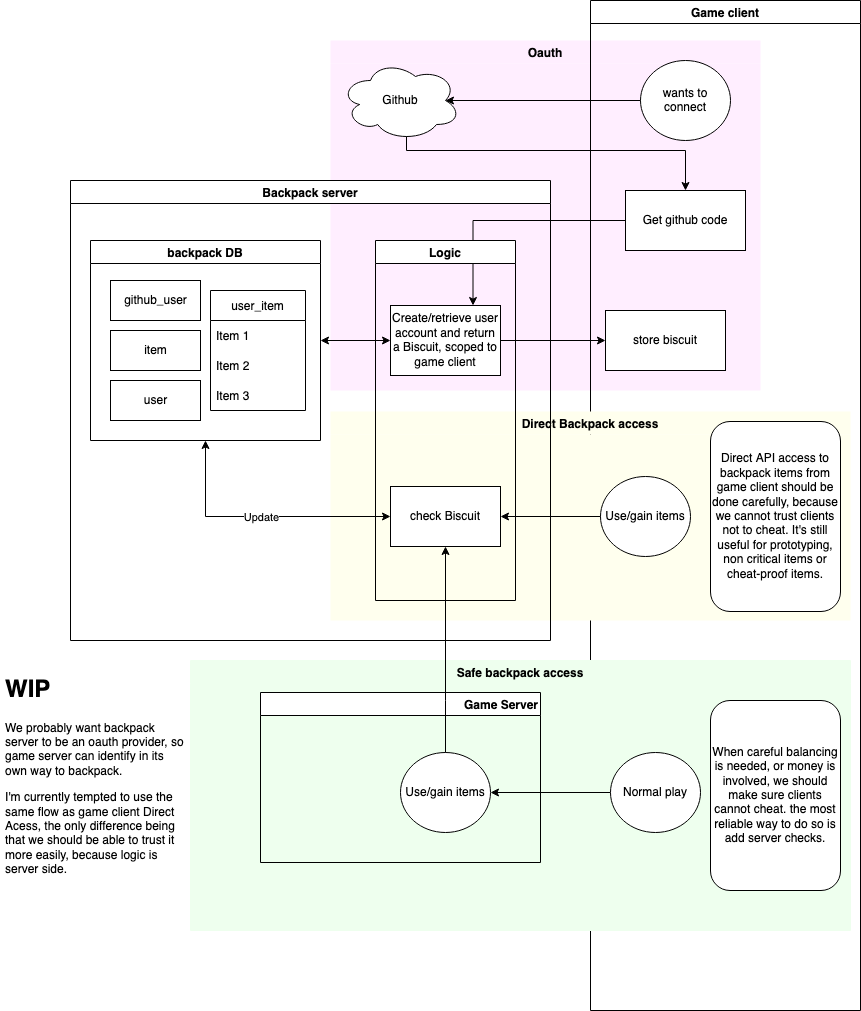
The draw.io diagram Docs/Backpack.drawio.png in Vrixyz/backpack, before a commit. Source tidied: cells renumbered, new cells last; positions are measured from the earlier drawing's top-left corner, leaving out a move shared by most shapes.
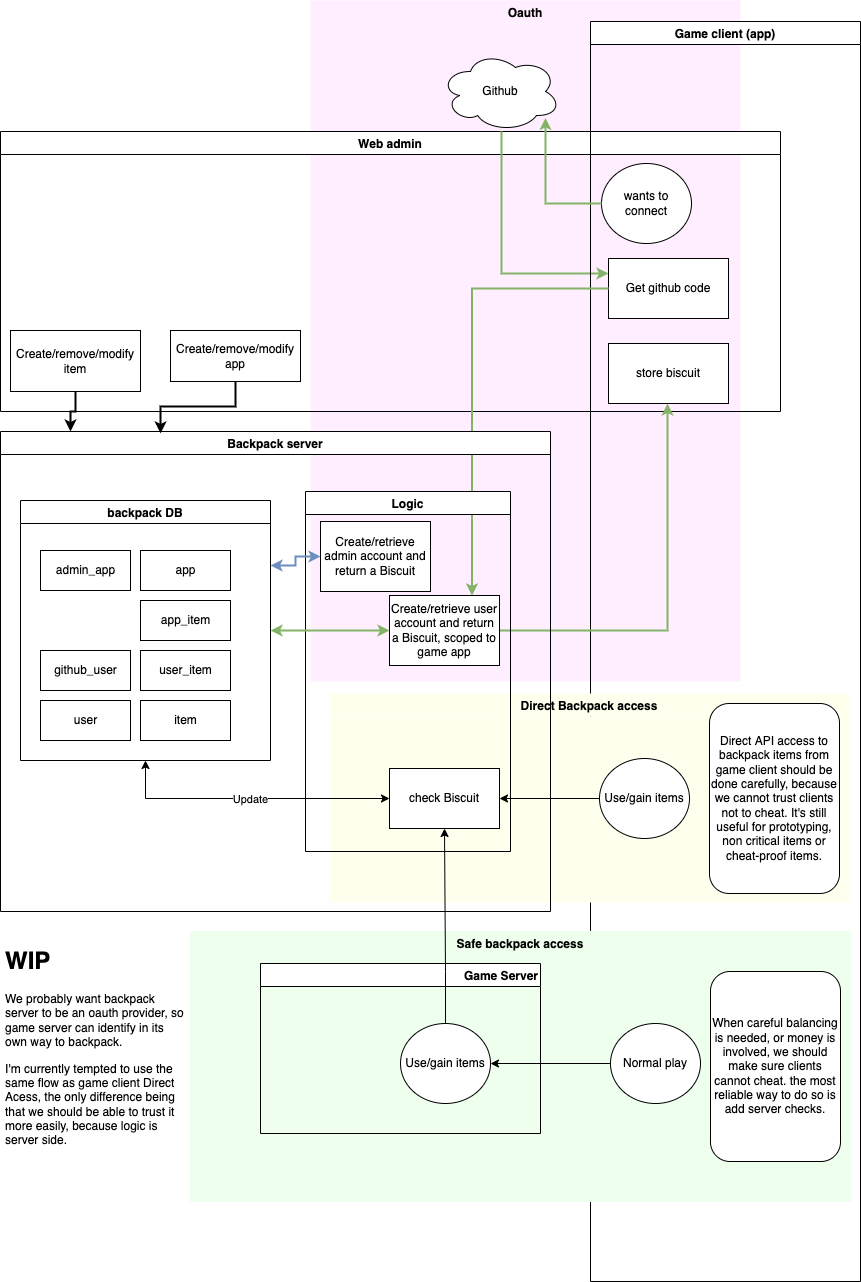
Later version of the same file.

Diff of the diagram source:
```diff
@@ -3,38 +3,54 @@
     <mxCell id="0" />
     <mxCell id="1" parent="0" />
     <mxCell id="2" value="Oauth" style="swimlane;labelBackgroundColor=none;fillColor=#FFEEFF;strokeColor=none;gradientColor=none;swimlaneFillColor=#FFEEFF;startSize=23;" parent="1" vertex="1">
-      <mxGeometry x="330" y="40" width="430" height="350" as="geometry" />
+      <mxGeometry x="310" y="-271" width="430" height="681" as="geometry" />
     </mxCell>
     <mxCell id="3" value="&lt;div&gt;Github&lt;/div&gt;" style="ellipse;shape=cloud;whiteSpace=wrap;html=1;" parent="2" vertex="1">
-      <mxGeometry x="10" y="20" width="120" height="80" as="geometry" />
+      <mxGeometry x="130" y="51" width="120" height="80" as="geometry" />
     </mxCell>
+    <mxCell id="39" value="Web admin" style="swimlane;" parent="1" vertex="1">
+      <mxGeometry y="-140" width="780" height="280" as="geometry" />
+    </mxCell>
+    <mxCell id="40" value="Create/remove/modify item" style="whiteSpace=wrap;html=1;rounded=0;" parent="39" vertex="1">
+      <mxGeometry x="10" y="199" width="130" height="61" as="geometry" />
+    </mxCell>
+    <mxCell id="41" value="Create/remove/modify app" style="whiteSpace=wrap;html=1;rounded=0;" parent="39" vertex="1">
+      <mxGeometry x="170" y="199" width="130" height="51" as="geometry" />
+    </mxCell>
-    <mxCell id="4" style="edgeStyle=orthogonalEdgeStyle;rounded=0;jettySize=auto;html=1;exitX=0.55;exitY=0.95;exitDx=0;exitDy=0;exitPerimeter=0;entryX=0.5;entryY=0;entryDx=0;entryDy=0;" parent="1" edge="1" source="3" target="8">
+    <mxCell id="4" style="edgeStyle=orthogonalEdgeStyle;rounded=0;jettySize=auto;html=1;entryX=0;entryY=0.25;entryDx=0;entryDy=0;fillColor=#d5e8d4;strokeColor=#82b366;strokeWidth=2;" parent="1" edge="1" source="3" target="8">
       <mxGeometry relative="1" as="geometry">
         <Array as="points">
-          <mxPoint x="406" y="150" />
-          <mxPoint x="685" y="150" />
+          <mxPoint x="501" y="2" />
         </Array>
       </mxGeometry>
     </mxCell>
-    <mxCell id="5" value="Game client" style="swimlane;startSize=23;" parent="1" vertex="1">
-      <mxGeometry x="590" width="270" height="1010" as="geometry" />
+    <mxCell id="5" value="Game client (app)" style="swimlane;startSize=23;" parent="1" vertex="1">
+      <mxGeometry x="590" y="-250" width="270" height="1260" as="geometry" />
     </mxCell>
     <mxCell id="6" value="store biscuit" style="rounded=0;whiteSpace=wrap;html=1;" parent="5" vertex="1">
-      <mxGeometry x="15" y="310" width="120" height="60" as="geometry" />
+      <mxGeometry x="18" y="322" width="120" height="60" as="geometry" />
     </mxCell>
     <mxCell id="7" value="wants to&lt;br&gt;connect" style="ellipse;whiteSpace=wrap;html=1;" parent="5" vertex="1">
-      <mxGeometry x="50" y="60" width="90" height="80" as="geometry" />
+      <mxGeometry x="11" y="142" width="90" height="80" as="geometry" />
     </mxCell>
     <mxCell id="8" value="Get github code" style="rounded=0;whiteSpace=wrap;html=1;" parent="5" vertex="1">
-      <mxGeometry x="35" y="190" width="120" height="60" as="geometry" />
+      <mxGeometry x="18" y="237" width="120" height="60" as="geometry" />
     </mxCell>
-    <mxCell id="9" style="edgeStyle=orthogonalEdgeStyle;rounded=0;jettySize=auto;html=1;entryX=0.875;entryY=0.5;entryDx=0;entryDy=0;entryPerimeter=0;" parent="1" edge="1" source="7" target="3">
-      <mxGeometry relative="1" as="geometry" />
+    <mxCell id="9" style="edgeStyle=orthogonalEdgeStyle;rounded=0;jettySize=auto;html=1;strokeWidth=2;fillColor=#d5e8d4;strokeColor=#82b366;exitX=0;exitY=0.5;exitDx=0;exitDy=0;" parent="1" edge="1" source="7" target="3">
+      <mxGeometry relative="1" as="geometry">
+        <Array as="points">
+          <mxPoint x="545" y="-68" />
+        </Array>
+      </mxGeometry>
     </mxCell>
-    <mxCell id="10" style="edgeStyle=orthogonalEdgeStyle;rounded=0;jettySize=auto;html=1;startArrow=none;startFill=0;" parent="1" edge="1" source="33" target="6">
-      <mxGeometry relative="1" as="geometry" />
+    <mxCell id="10" style="edgeStyle=orthogonalEdgeStyle;rounded=0;jettySize=auto;html=1;startArrow=none;startFill=0;fillColor=#d5e8d4;strokeColor=#82b366;strokeWidth=2;" parent="1" edge="1" source="33" target="6">
+      <mxGeometry relative="1" as="geometry">
+        <Array as="points">
+          <mxPoint x="667" y="359" />
+        </Array>
+      </mxGeometry>
     </mxCell>
-    <mxCell id="11" style="edgeStyle=orthogonalEdgeStyle;rounded=0;jettySize=auto;html=1;entryX=0.75;entryY=0;entryDx=0;entryDy=0;" parent="1" edge="1" source="8" target="33">
+    <mxCell id="11" style="edgeStyle=orthogonalEdgeStyle;rounded=0;jettySize=auto;html=1;entryX=0.75;entryY=0;entryDx=0;entryDy=0;fillColor=#d5e8d4;strokeColor=#82b366;strokeWidth=2;exitX=0;exitY=0.5;exitDx=0;exitDy=0;" parent="1" edge="1" source="8" target="33">
       <mxGeometry relative="1" as="geometry" />
     </mxCell>
     <mxCell id="12" value="Safe backpack access" style="swimlane;labelBackgroundColor=none;fillColor=#EEFFEE;strokeColor=#EEFFEE;swimlaneFillColor=#EEFFEE;startSize=23;fillStyle=solid;" parent="1" vertex="1">
@@ -56,7 +72,7 @@
       <mxGeometry x="140" y="60" width="90" height="80" as="geometry" />
     </mxCell>
     <mxCell id="18" value="Direct Backpack access" style="swimlane;labelBackgroundColor=none;fillColor=#FFFFEE;strokeColor=none;gradientColor=none;swimlaneFillColor=#FFFFEE;startSize=23;" parent="1" vertex="1">
-      <mxGeometry x="330" y="411" width="520" height="209" as="geometry" />
+      <mxGeometry x="329" y="422" width="520" height="209" as="geometry" />
     </mxCell>
     <mxCell id="19" value="Direct API access to backpack items from game client should be done carefully, because we cannot trust clients not to cheat. It's still useful for prototyping, non critical items or cheat-proof items. " style="rounded=1;whiteSpace=wrap;html=1;labelBackgroundColor=none;fillStyle=auto;strokeColor=default;fillColor=#FFFFFFFF;gradientColor=none;" parent="18" vertex="1">
       <mxGeometry x="380" y="10" width="130" height="190" as="geometry" />
@@ -71,41 +87,47 @@
       <mxGeometry relative="1" as="geometry" />
     </mxCell>
     <mxCell id="23" value="Backpack server" style="swimlane;" parent="1" vertex="1">
-      <mxGeometry x="70" y="180" width="480" height="460" as="geometry" />
+      <mxGeometry y="160" width="550" height="480" as="geometry" />
     </mxCell>
     <mxCell id="24" value="backpack DB" style="swimlane;" parent="23" vertex="1">
-      <mxGeometry x="20" y="60" width="230" height="200" as="geometry" />
+      <mxGeometry x="20" y="69" width="250" height="260" as="geometry" />
     </mxCell>
     <mxCell id="25" value="&lt;div&gt;github_user&lt;/div&gt;" style="html=1;" parent="24" vertex="1">
-      <mxGeometry x="20" y="40" width="90" height="40" as="geometry" />
+      <mxGeometry x="20" y="150" width="90" height="40" as="geometry" />
     </mxCell>
-    <mxCell id="26" value="&lt;div&gt;item&lt;/div&gt;" style="html=1;" parent="24" vertex="1">
-      <mxGeometry x="20" y="90" width="90" height="40" as="geometry" />
-    </mxCell>
     <mxCell id="27" value="&lt;div&gt;user&lt;/div&gt;" style="html=1;" parent="24" vertex="1">
-      <mxGeometry x="20" y="140" width="90" height="40" as="geometry" />
+      <mxGeometry x="20" y="200" width="90" height="40" as="geometry" />
     </mxCell>
-    <mxCell id="28" value="user_item" style="swimlane;fontStyle=0;horizontal=1;startSize=30;" parent="24" vertex="1">
-      <mxGeometry x="120" y="50" width="95" height="120" as="geometry" />
+    <mxCell id="28" value="&lt;div&gt;user_item&lt;/div&gt;" style="html=1;" parent="24" vertex="1">
+      <mxGeometry x="120" y="150" width="90" height="40" as="geometry" />
     </mxCell>
-    <mxCell id="29" value="Item 1" style="text;strokeColor=none;fillColor=none;align=left;verticalAlign=middle;spacingLeft=4;spacingRight=4;overflow=hidden;" parent="28" vertex="1">
-      <mxGeometry y="30" width="95" height="30" as="geometry" />
-    </mxCell>
-    <mxCell id="30" value="Item 2" style="text;strokeColor=none;fillColor=none;align=left;verticalAlign=middle;spacingLeft=4;spacingRight=4;overflow=hidden;" parent="28" vertex="1">
-      <mxGeometry y="60" width="95" height="30" as="geometry" />
-    </mxCell>
-    <mxCell id="31" value="Item 3" style="text;strokeColor=none;fillColor=none;align=left;verticalAlign=middle;spacingLeft=4;spacingRight=4;overflow=hidden;" parent="28" vertex="1">
-      <mxGeometry y="90" width="95" height="30" as="geometry" />
-    </mxCell>
+    <mxCell id="26" value="item" style="html=1;" parent="24" vertex="1">
+      <mxGeometry x="120" y="200" width="90" height="40" as="geometry" />
+    </mxCell>
+    <mxCell id="42" value="&lt;div&gt;app&lt;/div&gt;" style="html=1;" parent="24" vertex="1">
+      <mxGeometry x="120" y="50" width="90" height="40" as="geometry" />
+    </mxCell>
+    <mxCell id="43" value="app_item" style="html=1;" parent="24" vertex="1">
+      <mxGeometry x="120" y="100" width="90" height="40" as="geometry" />
+    </mxCell>
+    <mxCell id="44" value="admin_app" style="html=1;" parent="24" vertex="1">
+      <mxGeometry x="20" y="50" width="90" height="40" as="geometry" />
+    </mxCell>
     <mxCell id="32" value="Logic" style="swimlane;" parent="23" vertex="1">
-      <mxGeometry x="305" y="60" width="140" height="360" as="geometry" />
+      <mxGeometry x="305" y="60" width="205" height="360" as="geometry" />
     </mxCell>
+    <mxCell id="45" value="Create/retrieve admin account and return a Biscuit" style="rounded=0;whiteSpace=wrap;html=1;" parent="32" vertex="1">
+      <mxGeometry x="15" y="30" width="110" height="70" as="geometry" />
+    </mxCell>
-    <mxCell id="33" value="Create/retrieve user account and return a Biscuit, scoped to game client" style="rounded=0;whiteSpace=wrap;html=1;" parent="32" vertex="1">
-      <mxGeometry x="15" y="65" width="110" height="70" as="geometry" />
+    <mxCell id="33" value="Create/retrieve user account and return a Biscuit, scoped to game app" style="rounded=0;whiteSpace=wrap;html=1;" parent="32" vertex="1">
+      <mxGeometry x="84" y="104" width="110" height="70" as="geometry" />
     </mxCell>
-    <mxCell id="34" style="edgeStyle=orthogonalEdgeStyle;rounded=0;jettySize=auto;html=1;exitX=0;exitY=0.5;exitDx=0;exitDy=0;entryX=1;entryY=0.5;entryDx=0;entryDy=0;startArrow=classic;startFill=1;" parent="23" edge="1" source="33" target="24">
+    <mxCell id="34" style="edgeStyle=orthogonalEdgeStyle;rounded=0;jettySize=auto;html=1;exitX=0;exitY=0.5;exitDx=0;exitDy=0;entryX=1;entryY=0.5;entryDx=0;entryDy=0;startArrow=classic;startFill=1;fillColor=#d5e8d4;strokeColor=#82b366;strokeWidth=2;" parent="23" edge="1" source="33" target="24">
       <mxGeometry relative="1" as="geometry" />
     </mxCell>
+    <mxCell id="46" style="edgeStyle=orthogonalEdgeStyle;rounded=0;jettySize=auto;html=1;exitX=0;exitY=0.5;exitDx=0;exitDy=0;entryX=1;entryY=0.25;entryDx=0;entryDy=0;strokeWidth=2;startArrow=classic;startFill=1;fillColor=#dae8fc;strokeColor=#6c8ebf;" parent="23" edge="1" source="45" target="24">
+      <mxGeometry relative="1" as="geometry" />
+    </mxCell>
     <mxCell id="35" style="edgeStyle=orthogonalEdgeStyle;rounded=0;jettySize=auto;html=1;entryX=0.5;entryY=1;entryDx=0;entryDy=0;startArrow=classic;startFill=1;" parent="1" edge="1" source="21" target="24">
       <mxGeometry relative="1" as="geometry" />
     </mxCell>
@@ -123,5 +145,13 @@
         </Array>
       </mxGeometry>
     </mxCell>
+    <mxCell id="47" style="edgeStyle=orthogonalEdgeStyle;rounded=0;jettySize=auto;html=1;strokeWidth=2;startArrow=none;startFill=0;" parent="1" edge="1" source="40">
+      <mxGeometry relative="1" as="geometry">
+        <mxPoint x="70" y="160" as="targetPoint" />
+      </mxGeometry>
+    </mxCell>
+    <mxCell id="48" style="edgeStyle=orthogonalEdgeStyle;rounded=0;jettySize=auto;html=1;entryX=0.291;entryY=0.004;entryDx=0;entryDy=0;entryPerimeter=0;strokeWidth=2;startArrow=none;startFill=0;" parent="1" edge="1" source="41" target="23">
+      <mxGeometry relative="1" as="geometry" />
+    </mxCell>
   </root>
 </mxGraphModel>
```
